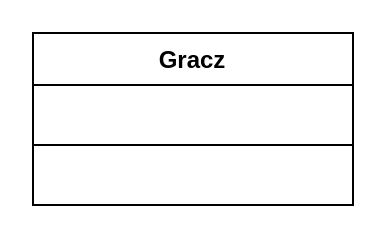
Earlier version of the draw.io diagram Untitled Diagram.drawio (TheMostMrGhost/Obora). Source tidied: cells renumbered, new cells numbered last; positions are measured from the earlier drawing's top-left corner, leaving out a move shared by most shapes. Both pictures are drawn from the tidied source at 200%, with x=0, y=0 at pixel (32, 32).
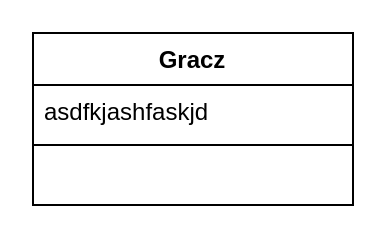
The same diagram, later.

What changed in the source:
```diff
@@
 <mxGraphModel>
   <root>
     <mxCell id="0" />
     <mxCell id="1" parent="0" />
     <mxCell id="2" value="Gracz" style="swimlane;fontStyle=1;align=center;verticalAlign=top;horizontal=1;startSize=26;" parent="1" vertex="1">
       <mxGeometry width="160" height="86" as="geometry" />
     </mxCell>
-    <mxCell id="3" value=" " style="text;strokeColor=none;fillColor=none;align=left;verticalAlign=top;spacingLeft=4;spacingRight=4;overflow=hidden;" parent="2" vertex="1">
+    <mxCell id="3" value="asdfkjashfaskjd" style="text;strokeColor=none;fillColor=none;align=left;verticalAlign=top;spacingLeft=4;spacingRight=4;overflow=hidden;" parent="2" vertex="1">
       <mxGeometry y="26" width="160" height="26" as="geometry" />
     </mxCell>
     <mxCell id="4" style="line;strokeWidth=1;fillColor=none;align=left;verticalAlign=middle;spacingTop=-1;spacingLeft=3;spacingRight=3;labelPosition=right;" parent="2" vertex="1">
       <mxGeometry y="52" width="160" height="8" as="geometry" />
     </mxCell>
     <mxCell id="5" value=" " style="text;strokeColor=none;fillColor=none;align=left;verticalAlign=top;spacingLeft=4;spacingRight=4;overflow=hidden;" parent="2" vertex="1">
       <mxGeometry y="60" width="160" height="26" as="geometry" />
     </mxCell>
   </root>
 </mxGraphModel>
```
